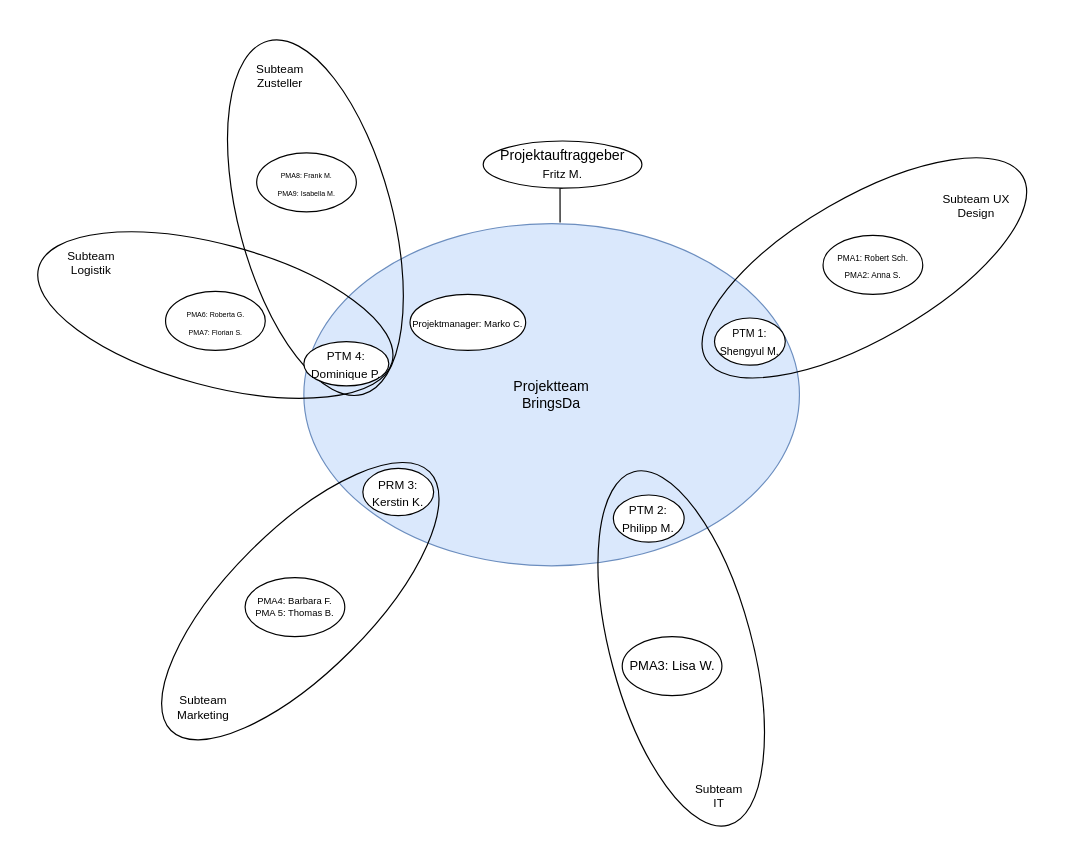
Before: Projektorganigramm.drawio in CapMarko/ProjektManagement, a draw.io diagram. Source tidied: cells renumbered, new cells numbered last; positions are measured from the earlier drawing's top-left corner, leaving out a move shared by most shapes. Both pictures are drawn from the tidied source at 118%, with x=0, y=0 at pixel (32, 58).
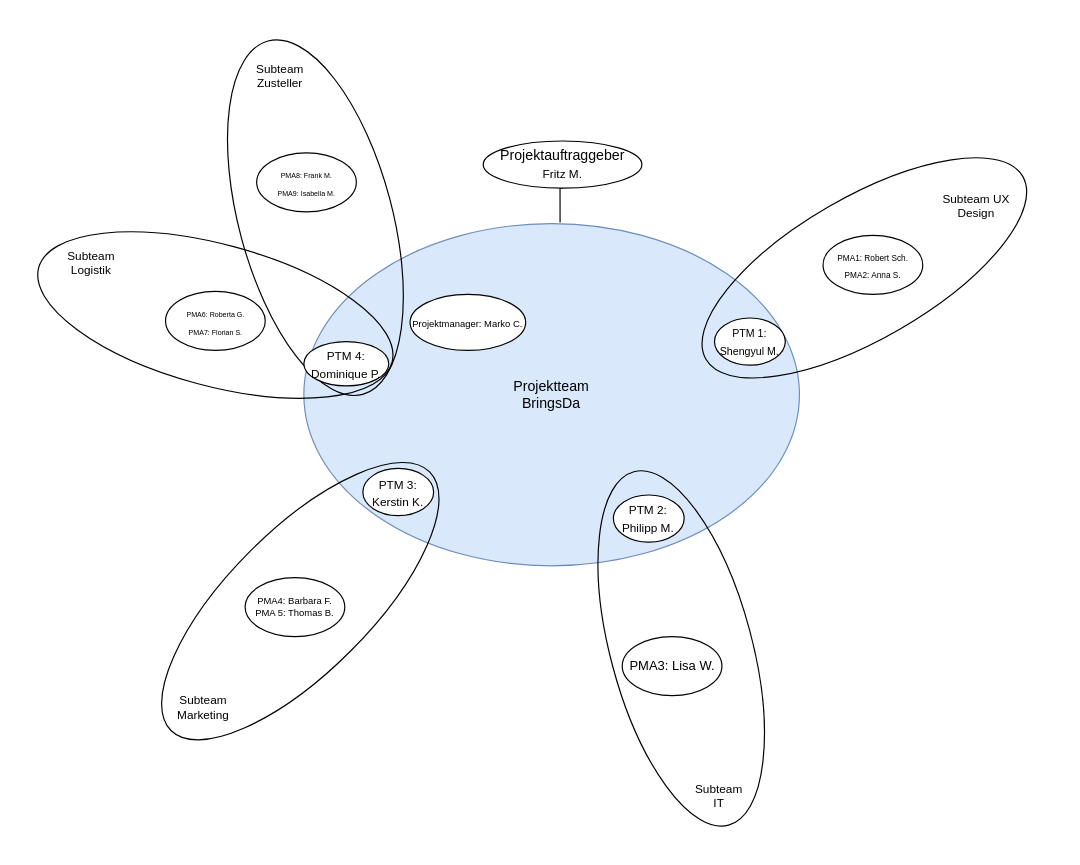
Above is the later version.

The edit, as a diff of the source:
```diff
@@
-    <mxCell id="18" value="&lt;font style=&quot;font-size: 10px&quot;&gt;PRM 3: Kerstin K.&lt;br&gt;&lt;/font&gt;" style="ellipse;whiteSpace=wrap;html=1;strokeWidth=1;" parent="1" vertex="1">
+    <mxCell id="18" value="&lt;font style=&quot;font-size: 10px&quot;&gt;PTM 3: Kerstin K.&lt;br&gt;&lt;/font&gt;" style="ellipse;whiteSpace=wrap;html=1;strokeWidth=1;" parent="1" vertex="1">
       <mxGeometry x="280" y="347.5" width="60" height="40" as="geometry" />
     </mxCell>
```
